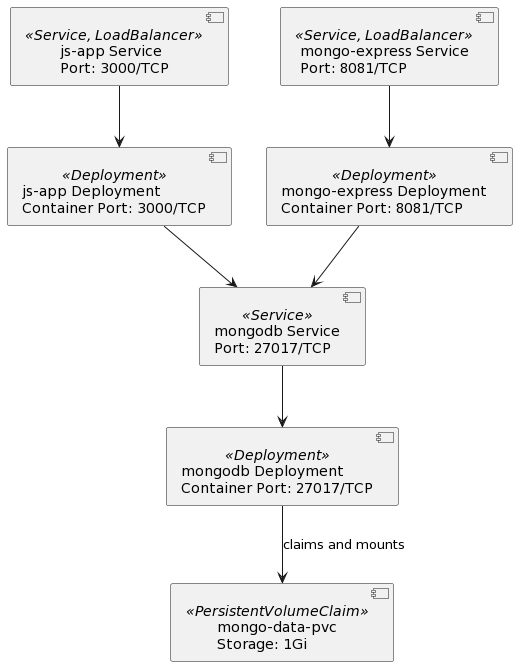
Before: kamstrup-demo-uml.png, a diagram exported from PlantUML (KevorkC/demo-kamstrup). Source of this version:
```plantuml
@startuml
component "js-app Service\nPort: 3000/TCP" as JsAppService <<Service, LoadBalancer>>
component "mongodb Service\nPort: 27017/TCP" as MongoDBService <<Service>>
component "mongo-express Service\nPort: 8081/TCP" as MongoExpressService <<Service, LoadBalancer>>

component "js-app Deployment\nContainer Port: 3000/TCP" as JsAppDeployment <<Deployment>>
component "mongodb Deployment\nContainer Port: 27017/TCP" as MongoDBDeployment <<Deployment>>
component "mongo-express Deployment\nContainer Port: 8081/TCP" as MongoExpressDeployment <<Deployment>>

component "mongo-data-pvc\nStorage: 1Gi" as MongoDataPVC <<PersistentVolumeClaim>>

JsAppDeployment --> MongoDBService
MongoDBDeployment --> MongoDataPVC : claims and mounts
MongoExpressDeployment --> MongoDBService

JsAppService --> JsAppDeployment
MongoDBService --> MongoDBDeployment
MongoExpressService --> MongoExpressDeployment
@enduml
```
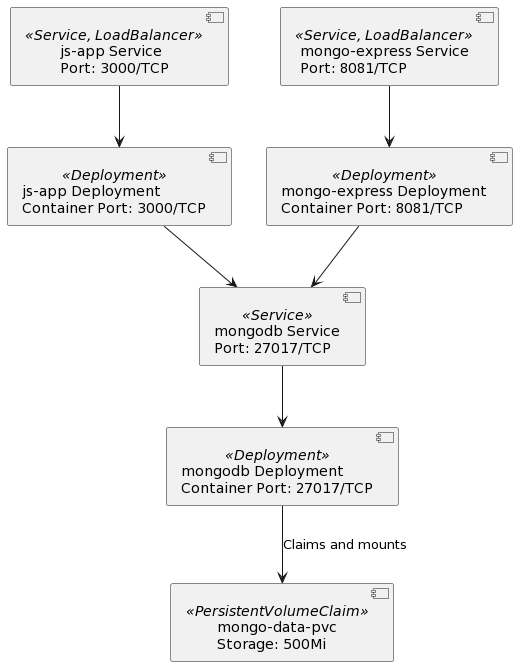
After the commit.

Commit message:
fix: UML diagram and readme

The edit, as a diff of the source:
```diff
@@ -7,10 +7,10 @@
 component "mongodb Deployment\nContainer Port: 27017/TCP" as MongoDBDeployment <<Deployment>>
 component "mongo-express Deployment\nContainer Port: 8081/TCP" as MongoExpressDeployment <<Deployment>>
 
-component "mongo-data-pvc\nStorage: 1Gi" as MongoDataPVC <<PersistentVolumeClaim>>
+component "mongo-data-pvc\nStorage: 500Mi" as MongoDataPVC <<PersistentVolumeClaim>>
 
 JsAppDeployment --> MongoDBService
-MongoDBDeployment --> MongoDataPVC : claims and mounts
+MongoDBDeployment --> MongoDataPVC : Claims and mounts
 MongoExpressDeployment --> MongoDBService
 
 JsAppService --> JsAppDeployment
```
